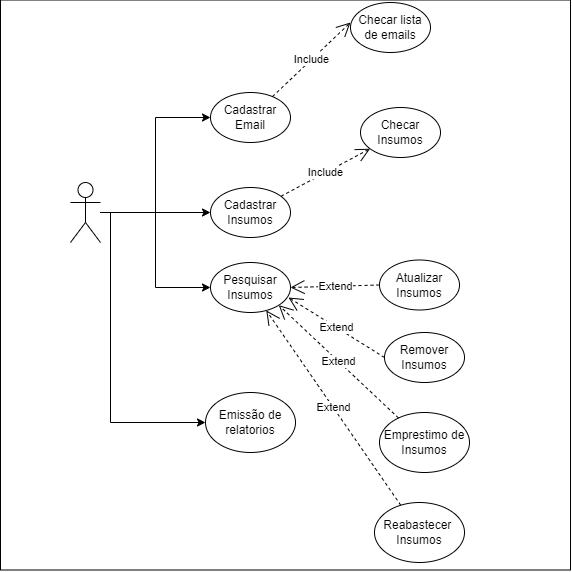
Earlier version of the draw.io export documentos/diagramas/Diagrama de caso de uso.drawio.png (DougzCD/JCRESW1). Source tidied: cells renumbered, new cells last; positions are measured from the earlier drawing's top-left corner, leaving out a move shared by most shapes.
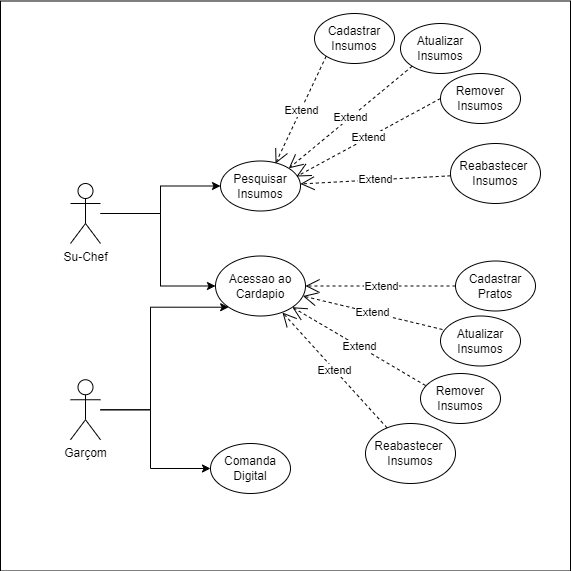
The same file after the commit.

What changed in the source:
```diff
@@ -5,75 +5,101 @@
     <mxCell id="2" style="whiteSpace=wrap;html=1;" parent="1" vertex="1">
       <mxGeometry y="-0.5" width="570" height="570" as="geometry" />
     </mxCell>
-    <mxCell id="3" style="edgeStyle=orthogonalEdgeStyle;rounded=0;jettySize=auto;html=1;entryX=0;entryY=0.5;entryDx=0;entryDy=0;" parent="1" edge="1" source="7" target="8">
-      <mxGeometry relative="1" as="geometry" />
-    </mxCell>
     <mxCell id="4" style="edgeStyle=orthogonalEdgeStyle;rounded=0;jettySize=auto;html=1;entryX=0;entryY=0.5;entryDx=0;entryDy=0;" parent="1" edge="1" source="7" target="9">
       <mxGeometry relative="1" as="geometry" />
     </mxCell>
     <mxCell id="5" style="edgeStyle=orthogonalEdgeStyle;rounded=0;jettySize=auto;html=1;entryX=0;entryY=0.5;entryDx=0;entryDy=0;" parent="1" edge="1" source="7" target="14">
       <mxGeometry relative="1" as="geometry">
         <Array as="points">
-          <mxPoint x="110" y="212" />
-          <mxPoint x="110" y="422" />
+          <mxPoint x="160" y="212" />
+          <mxPoint x="160" y="285" />
         </Array>
       </mxGeometry>
     </mxCell>
-    <mxCell id="6" style="edgeStyle=orthogonalEdgeStyle;rounded=0;jettySize=auto;html=1;entryX=0;entryY=0.5;entryDx=0;entryDy=0;" parent="1" edge="1" source="7" target="21">
-      <mxGeometry relative="1" as="geometry" />
-    </mxCell>
-    <mxCell id="7" style="shape=umlActor;verticalLabelPosition=bottom;verticalAlign=top;html=1;outlineConnect=0;" parent="1" vertex="1">
+    <mxCell id="7" value="Su-Chef" style="shape=umlActor;verticalLabelPosition=bottom;verticalAlign=top;html=1;outlineConnect=0;" parent="1" vertex="1">
       <mxGeometry x="70" y="182" width="30" height="60" as="geometry" />
     </mxCell>
     <mxCell id="8" value="Cadastrar Insumos" style="ellipse;whiteSpace=wrap;html=1;" parent="1" vertex="1">
-      <mxGeometry x="210" y="187" width="80" height="50" as="geometry" />
+      <mxGeometry x="314" y="12" width="80" height="50" as="geometry" />
     </mxCell>
     <mxCell id="9" value="Pesquisar Insumos" style="ellipse;whiteSpace=wrap;html=1;" parent="1" vertex="1">
-      <mxGeometry x="210" y="262" width="80" height="50" as="geometry" />
+      <mxGeometry x="220" y="159.5" width="80" height="50" as="geometry" />
     </mxCell>
     <mxCell id="10" value="Remover Insumos" style="ellipse;whiteSpace=wrap;html=1;" parent="1" vertex="1">
-      <mxGeometry x="384" y="332" width="80" height="50" as="geometry" />
+      <mxGeometry x="440" y="72" width="80" height="50" as="geometry" />
     </mxCell>
     <mxCell id="11" value="Atualizar Insumos" style="ellipse;whiteSpace=wrap;html=1;" parent="1" vertex="1">
-      <mxGeometry x="379" y="259.5" width="80" height="50" as="geometry" />
+      <mxGeometry x="400" y="22" width="80" height="50" as="geometry" />
     </mxCell>
     <mxCell id="12" value="Reabastecer&amp;nbsp; Insumos" style="ellipse;whiteSpace=wrap;html=1;" parent="1" vertex="1">
-      <mxGeometry x="374" y="502" width="90" height="60" as="geometry" />
+      <mxGeometry x="450" y="142" width="90" height="60" as="geometry" />
     </mxCell>
-    <mxCell id="13" value="Emprestimo de Insumos" style="ellipse;whiteSpace=wrap;html=1;" parent="1" vertex="1">
-      <mxGeometry x="379" y="412" width="90" height="60" as="geometry" />
-    </mxCell>
-    <mxCell id="14" value="Emissão de relatorios" style="ellipse;whiteSpace=wrap;html=1;" parent="1" vertex="1">
-      <mxGeometry x="205" y="392" width="90" height="60" as="geometry" />
+    <mxCell id="14" value="Acessao ao Cardapio" style="ellipse;whiteSpace=wrap;html=1;" parent="1" vertex="1">
+      <mxGeometry x="215" y="254.5" width="90" height="60" as="geometry" />
     </mxCell>
-    <mxCell id="15" value="Extend" style="endArrow=open;endSize=12;dashed=1;html=1;rounded=0;entryX=1;entryY=0.5;entryDx=0;entryDy=0;exitX=0;exitY=0.5;exitDx=0;exitDy=0;" parent="1" edge="1" source="11" target="9">
+    <mxCell id="15" value="Extend" style="endArrow=open;endSize=12;dashed=1;html=1;rounded=0;entryX=1;entryY=0;entryDx=0;entryDy=0;exitX=0;exitY=1;exitDx=0;exitDy=0;" parent="1" edge="1" source="11" target="9">
       <mxGeometry relative="1" as="geometry" />
     </mxCell>
-    <mxCell id="16" value="Extend" style="endArrow=open;endSize=12;dashed=1;html=1;rounded=0;entryX=0.975;entryY=0.7;entryDx=0;entryDy=0;exitX=0;exitY=0.5;exitDx=0;exitDy=0;entryPerimeter=0;" parent="1" edge="1" source="10" target="9">
+    <mxCell id="16" value="Extend" style="endArrow=open;endSize=12;dashed=1;html=1;rounded=0;entryX=0.95;entryY=0.31;entryDx=0;entryDy=0;exitX=0;exitY=0.5;exitDx=0;exitDy=0;entryPerimeter=0;" parent="1" edge="1" source="10" target="9">
       <mxGeometry relative="1" as="geometry" />
     </mxCell>
-    <mxCell id="17" value="Extend" style="endArrow=open;endSize=12;dashed=1;html=1;rounded=0;entryX=1;entryY=1;entryDx=0;entryDy=0;" parent="1" edge="1" source="13" target="9">
-      <mxGeometry relative="1" as="geometry" />
-    </mxCell>
-    <mxCell id="18" value="Checar Insumos" style="ellipse;whiteSpace=wrap;html=1;" parent="1" vertex="1">
-      <mxGeometry x="360" y="107" width="80" height="50" as="geometry" />
-    </mxCell>
-    <mxCell id="19" value="Include" style="endArrow=open;endSize=12;dashed=1;html=1;rounded=0;" parent="1" edge="1" source="8" target="18">
-      <mxGeometry relative="1" as="geometry" />
-    </mxCell>
     <mxCell id="20" value="Extend" style="endArrow=open;endSize=12;dashed=1;html=1;rounded=0;" parent="1" edge="1" source="12" target="9">
       <mxGeometry relative="1" as="geometry" />
     </mxCell>
-    <mxCell id="21" value="Cadastrar Email" style="ellipse;whiteSpace=wrap;html=1;" parent="1" vertex="1">
-      <mxGeometry x="210" y="92" width="80" height="50" as="geometry" />
-    </mxCell>
-    <mxCell id="22" value="Checar lista de emails" style="ellipse;whiteSpace=wrap;html=1;" parent="1" vertex="1">
-      <mxGeometry x="350" y="2" width="80" height="50" as="geometry" />
-    </mxCell>
-    <mxCell id="23" value="Include" style="endArrow=open;endSize=12;dashed=1;html=1;rounded=0;" parent="1" edge="1" source="21">
-      <mxGeometry relative="1" as="geometry">
-        <mxPoint x="350" y="22" as="targetPoint" />
-      </mxGeometry>
-    </mxCell>
+    <mxCell id="24" style="endArrow=open;html=1;dashed=1;exitX=0;exitY=1;exitDx=0;exitDy=0;entryX=0.688;entryY=0.05;entryDx=0;entryDy=0;endFill=0;endSize=12;entryPerimeter=0;" parent="1" edge="1" source="8" target="9">
+      <mxGeometry relative="1" as="geometry" />
+    </mxCell>
+    <mxCell id="25" value="Extend" style="edgeLabel;html=1;align=center;verticalAlign=middle;" parent="24" vertex="1">
+      <mxGeometry relative="1" as="geometry" />
+    </mxCell>
+    <mxCell id="26" value="Cadastrar Pratos" style="ellipse;whiteSpace=wrap;html=1;" parent="1" vertex="1">
+      <mxGeometry x="455" y="259.5" width="80" height="50" as="geometry" />
+    </mxCell>
+    <mxCell id="27" value="Remover Insumos" style="ellipse;whiteSpace=wrap;html=1;" parent="1" vertex="1">
+      <mxGeometry x="420" y="372" width="80" height="50" as="geometry" />
+    </mxCell>
+    <mxCell id="28" value="Atualizar Insumos" style="ellipse;whiteSpace=wrap;html=1;" parent="1" vertex="1">
+      <mxGeometry x="440" y="314.5" width="80" height="50" as="geometry" />
+    </mxCell>
+    <mxCell id="29" value="Reabastecer&amp;nbsp; Insumos" style="ellipse;whiteSpace=wrap;html=1;" parent="1" vertex="1">
+      <mxGeometry x="365" y="422" width="90" height="60" as="geometry" />
+    </mxCell>
+    <mxCell id="30" value="Extend" style="endArrow=open;endSize=12;dashed=1;html=1;rounded=0;exitX=0.025;exitY=0.27;exitDx=0;exitDy=0;exitPerimeter=0;" parent="1" edge="1" source="28" target="14">
+      <mxGeometry relative="1" as="geometry" />
+    </mxCell>
+    <mxCell id="31" value="Extend" style="endArrow=open;endSize=12;dashed=1;html=1;rounded=0;entryX=1;entryY=1;entryDx=0;entryDy=0;exitX=0.063;exitY=0.24;exitDx=0;exitDy=0;exitPerimeter=0;" parent="1" edge="1" source="27" target="14">
+      <mxGeometry relative="1" as="geometry" />
+    </mxCell>
+    <mxCell id="32" value="Extend" style="endArrow=open;endSize=12;dashed=1;html=1;rounded=0;entryX=0.744;entryY=0.942;entryDx=0;entryDy=0;entryPerimeter=0;" parent="1" edge="1" source="29" target="14">
+      <mxGeometry relative="1" as="geometry" />
+    </mxCell>
+    <mxCell id="33" style="endArrow=open;html=1;dashed=1;exitX=0;exitY=0.5;exitDx=0;exitDy=0;endFill=0;endSize=12;entryX=1;entryY=0.5;entryDx=0;entryDy=0;" parent="1" edge="1" source="26" target="14">
+      <mxGeometry relative="1" as="geometry" />
+    </mxCell>
+    <mxCell id="34" value="Extend" style="edgeLabel;html=1;align=center;verticalAlign=middle;" parent="33" vertex="1">
+      <mxGeometry relative="1" as="geometry" />
+    </mxCell>
+    <mxCell id="35" style="edgeStyle=orthogonalEdgeStyle;rounded=0;jettySize=auto;html=1;entryX=0;entryY=0.5;entryDx=0;entryDy=0;" parent="1" edge="1" source="37" target="38">
+      <mxGeometry relative="1" as="geometry">
+        <Array as="points">
+          <mxPoint x="150" y="408" />
+          <mxPoint x="150" y="467" />
+        </Array>
+      </mxGeometry>
+    </mxCell>
+    <mxCell id="36" style="edgeStyle=orthogonalEdgeStyle;html=1;entryX=0;entryY=1;entryDx=0;entryDy=0;endArrow=classic;endFill=1;rounded=0;" parent="1" edge="1" source="37" target="14">
+      <mxGeometry relative="1" as="geometry">
+        <Array as="points">
+          <mxPoint x="150" y="408" />
+          <mxPoint x="150" y="306" />
+        </Array>
+      </mxGeometry>
+    </mxCell>
+    <mxCell id="37" value="Garçom" style="shape=umlActor;verticalLabelPosition=bottom;verticalAlign=top;html=1;outlineConnect=0;" parent="1" vertex="1">
+      <mxGeometry x="70" y="378.2" width="30" height="60" as="geometry" />
+    </mxCell>
+    <mxCell id="38" value="Comanda Digital" style="ellipse;whiteSpace=wrap;html=1;" parent="1" vertex="1">
+      <mxGeometry x="210" y="442" width="80" height="50" as="geometry" />
+    </mxCell>
   </root>
 </mxGraphModel>
```
